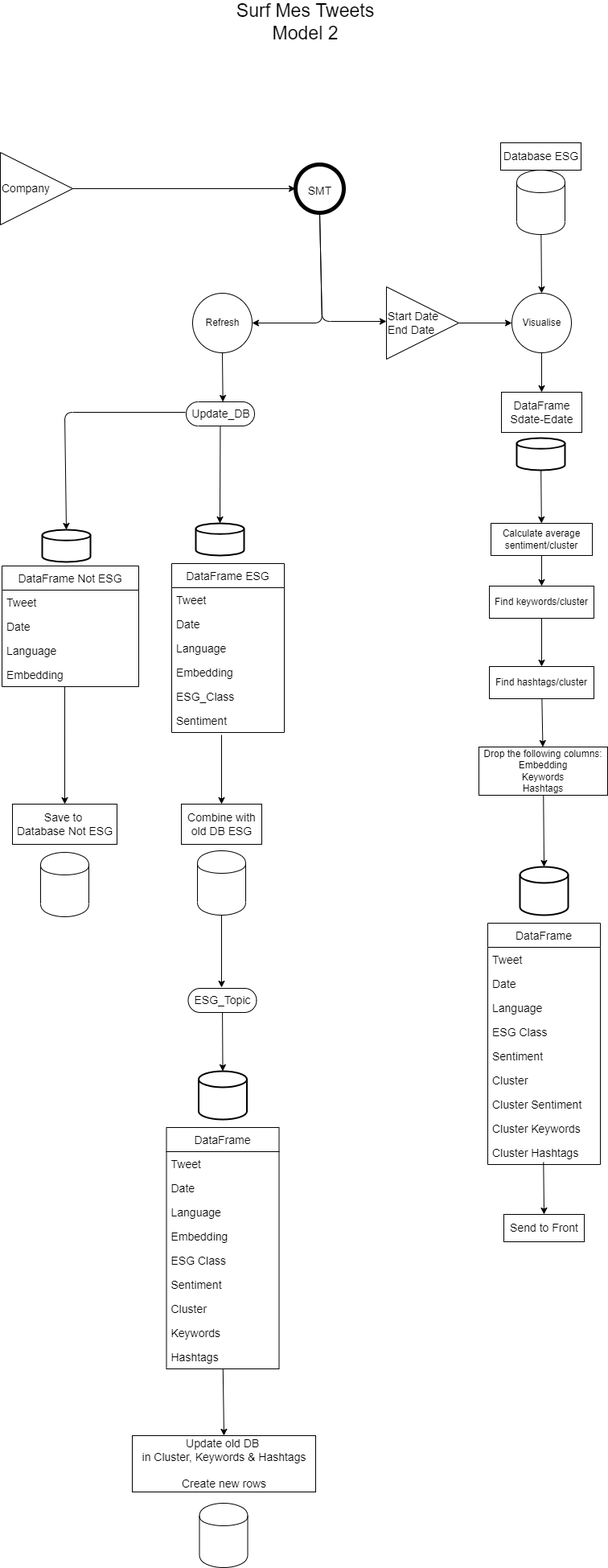
This is Final_models/documentation + resources/Model_2.png from HusseinRR/Twitter-Sentiment-Analysis, a draw.io export, as it was before one commit. Source tidied: cells renumbered, new cells last; positions are measured from the earlier drawing's top-left corner, leaving out a move shared by most shapes.
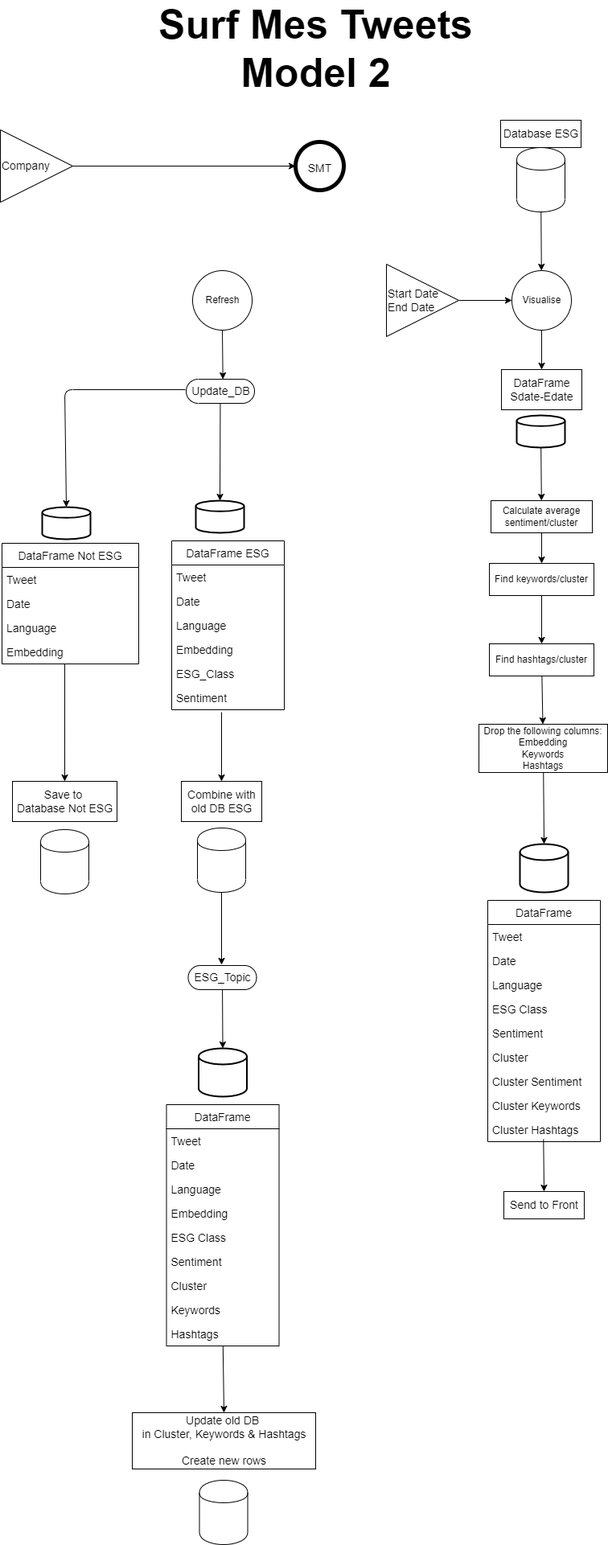
Later version of the same file.

What changed in the source:
```diff
@@ -2,8 +2,8 @@
   <root>
     <mxCell id="0" />
     <mxCell id="1" parent="0" />
-    <mxCell id="2" value="&lt;font style=&quot;font-size: 23px&quot;&gt;Surf Mes Tweets&lt;br&gt;Model 2&lt;br&gt;&lt;/font&gt;" style="text;html=1;align=center;verticalAlign=middle;strokeColor=none;fillColor=none;" parent="1" vertex="1">
-      <mxGeometry x="284" width="190" height="40" as="geometry" />
+    <mxCell id="2" value="&lt;font style=&quot;font-size: 50px&quot;&gt;&lt;b&gt;Surf Mes Tweets&lt;br&gt;Model 2&lt;/b&gt;&lt;br&gt;&lt;/font&gt;" style="text;html=1;align=center;verticalAlign=middle;strokeColor=none;fillColor=none;" parent="1" vertex="1">
+      <mxGeometry x="187" y="51" width="410" height="60" as="geometry" />
     </mxCell>
     <mxCell id="3" style="edgeStyle=none;html=1;fontSize=14;" parent="1" edge="1" source="4" target="46">
       <mxGeometry relative="1" as="geometry" />
@@ -17,21 +17,6 @@
     <mxCell id="6" value="Company" style="triangle;whiteSpace=wrap;html=1;fontSize=14;align=left;" parent="1" vertex="1">
       <mxGeometry y="182" width="90" height="90" as="geometry" />
     </mxCell>
-    <mxCell id="7" style="edgeStyle=none;html=1;fontSize=14;" parent="1" edge="1" source="9">
-      <mxGeometry relative="1" as="geometry">
-        <mxPoint x="480" y="392" as="targetPoint" />
-        <Array as="points">
-          <mxPoint x="400" y="392" />
-        </Array>
-      </mxGeometry>
-    </mxCell>
-    <mxCell id="8" style="edgeStyle=none;html=1;entryX=1;entryY=0.5;entryDx=0;entryDy=0;fontSize=14;" parent="1" edge="1" source="9" target="11">
-      <mxGeometry relative="1" as="geometry">
-        <Array as="points">
-          <mxPoint x="400" y="394" />
-        </Array>
-      </mxGeometry>
-    </mxCell>
     <mxCell id="9" value="&lt;font style=&quot;font-size: 14px&quot;&gt;SMT&lt;/font&gt;" style="shape=ellipse;html=1;dashed=0;whitespace=wrap;strokeWidth=5;perimeter=ellipsePerimeter;fontSize=23;" parent="1" vertex="1">
       <mxGeometry x="367" y="197" width="60" height="60" as="geometry" />
     </mxCell>
```
